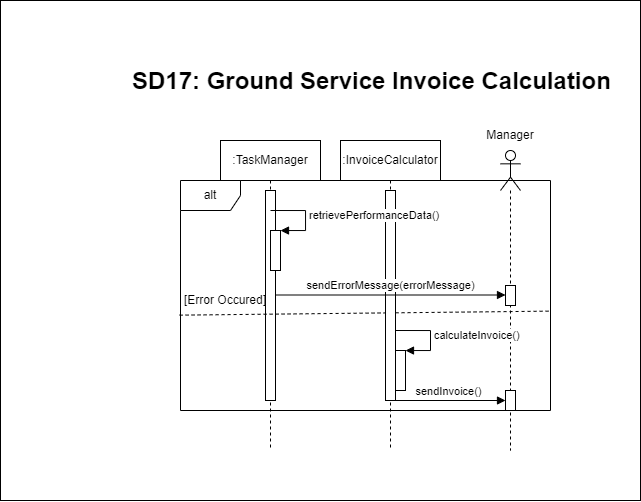
Above: Diagramms/Sequence Diagrams/SequenceDiagram17.png in Smr002/Group01_Airport_Management_System (draw.io), before the change. Source tidied: cells renumbered, new cells last; positions are measured from the earlier drawing's top-left corner, leaving out a move shared by most shapes.
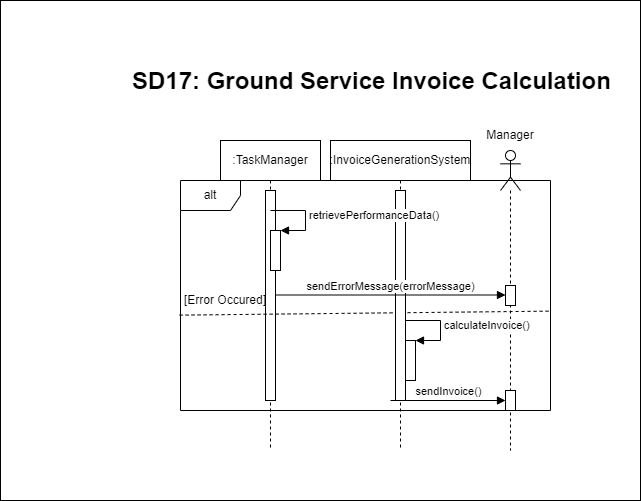
The same diagram one commit later.

Diff of the diagram source:
```diff
@@ -37,21 +37,21 @@
         <mxPoint x="179.1" y="314.6" as="sourcePoint" />
       </mxGeometry>
     </mxCell>
-    <mxCell id="13" value=":InvoiceCalculator" style="shape=umlLifeline;perimeter=lifelinePerimeter;whiteSpace=wrap;html=1;newEdgeStyle={&quot;edgeStyle&quot;:&quot;elbowEdgeStyle&quot;,&quot;elbow&quot;:&quot;vertical&quot;,&quot;curved&quot;:0,&quot;rounded&quot;:0};" parent="1" vertex="1">
-      <mxGeometry x="340" y="140" width="100" height="310" as="geometry" />
+    <mxCell id="13" value=":InvoiceGenerationSystem" style="shape=umlLifeline;perimeter=lifelinePerimeter;whiteSpace=wrap;html=1;newEdgeStyle={&quot;edgeStyle&quot;:&quot;elbowEdgeStyle&quot;,&quot;elbow&quot;:&quot;vertical&quot;,&quot;curved&quot;:0,&quot;rounded&quot;:0};" parent="1" vertex="1">
+      <mxGeometry x="330" y="140" width="140" height="310" as="geometry" />
     </mxCell>
     <mxCell id="14" style="html=1;perimeter=orthogonalPerimeter;targetShapes=umlLifeline;newEdgeStyle={&quot;edgeStyle&quot;:&quot;elbowEdgeStyle&quot;,&quot;elbow&quot;:&quot;vertical&quot;,&quot;curved&quot;:0,&quot;rounded&quot;:0};" parent="13" vertex="1">
-      <mxGeometry x="45" y="50" width="10" height="210" as="geometry" />
+      <mxGeometry x="65" y="50" width="10" height="210" as="geometry" />
     </mxCell>
     <mxCell id="15" value="&lt;span style=&quot;color: rgba(0, 0, 0, 0); font-family: monospace; font-size: 0px; text-align: start;&quot;&gt;%3CmxGraphModel%3E%3Croot%3E%3CmxCell%20id%3D%220%22%2F%3E%3CmxCell%20id%3D%221%22%20parent%3D%220%22%2F%3E%3CmxCell%20id%3D%222%22%20value%3D%22%22%20style%3D%22html%3D1%3Bpoints%3D%5B%5B0%2C0%2C0%2C0%2C5%5D%2C%5B0%2C1%2C0%2C0%2C-5%5D%2C%5B1%2C0%2C0%2C0%2C5%5D%2C%5B1%2C1%2C0%2C0%2C-5%5D%5D%3Bperimeter%3DorthogonalPerimeter%3BoutlineConnect%3D0%3BtargetShapes%3DumlLifeline%3BportConstraint%3Deastwest%3BnewEdgeStyle%3D%7B%26quot%3Bcurved%26quot%3B%3A0%2C%26quot%3Brounded%26quot%3B%3A0%7D%3B%22%20vertex%3D%221%22%20parent%3D%221%22%3E%3CmxGeometry%20x%3D%22315%22%20y%3D%22150%22%20width%3D%2210%22%20height%3D%2240%22%20as%3D%22geometry%22%2F%3E%3C%2FmxCell%3E%3CmxCell%20id%3D%223%22%20value%3D%22validateCredentials(username%2Cpassword)%22%20style%3D%22html%3D1%3Balign%3Dleft%3BspacingLeft%3D2%3BendArrow%3Dblock%3Brounded%3D0%3BedgeStyle%3DorthogonalEdgeStyle%3Bcurved%3D0%3Brounded%3D0%3B%22%20edge%3D%221%22%20target%3D%222%22%20parent%3D%221%22%3E%3CmxGeometry%20relative%3D%221%22%20as%3D%22geometry%22%3E%3CmxPoint%20x%3D%22315%22%20y%3D%22130%22%20as%3D%22sourcePoint%22%2F%3E%3CArray%20as%3D%22points%22%3E%3CmxPoint%20x%3D%22350%22%20y%3D%22130%22%2F%3E%3CmxPoint%20x%3D%22350%22%20y%3D%22150%22%2F%3E%3C%2FArray%3E%3CmxPoint%20x%3D%22325%22%20y%3D%22140%22%20as%3D%22targetPoint%22%2F%3E%3C%2FmxGeometry%3E%3C%2FmxCell%3E%3C%2Froot%3E%3C%2FmxGraphModel%3E&lt;/span&gt;" style="html=1;points=[[0,0,0,0,5],[0,1,0,0,-5],[1,0,0,0,5],[1,1,0,0,-5]];perimeter=orthogonalPerimeter;outlineConnect=0;targetShapes=umlLifeline;portConstraint=eastwest;newEdgeStyle={&quot;curved&quot;:0,&quot;rounded&quot;:0};" parent="13" vertex="1">
-      <mxGeometry x="55" y="210" width="10" height="40" as="geometry" />
+      <mxGeometry x="75" y="200" width="10" height="40" as="geometry" />
     </mxCell>
     <mxCell id="16" value="calculateInvoice()" style="html=1;align=left;spacingLeft=2;endArrow=block;rounded=0;edgeStyle=orthogonalEdgeStyle;curved=0;rounded=0;" parent="13" edge="1" target="15">
       <mxGeometry relative="1" as="geometry">
-        <mxPoint x="55" y="190" as="sourcePoint" />
+        <mxPoint x="75" y="180" as="sourcePoint" />
         <Array as="points">
-          <mxPoint x="90" y="190" />
-          <mxPoint x="90" y="210" />
+          <mxPoint x="110" y="180" />
+          <mxPoint x="110" y="200" />
         </Array>
       </mxGeometry>
     </mxCell>
```
